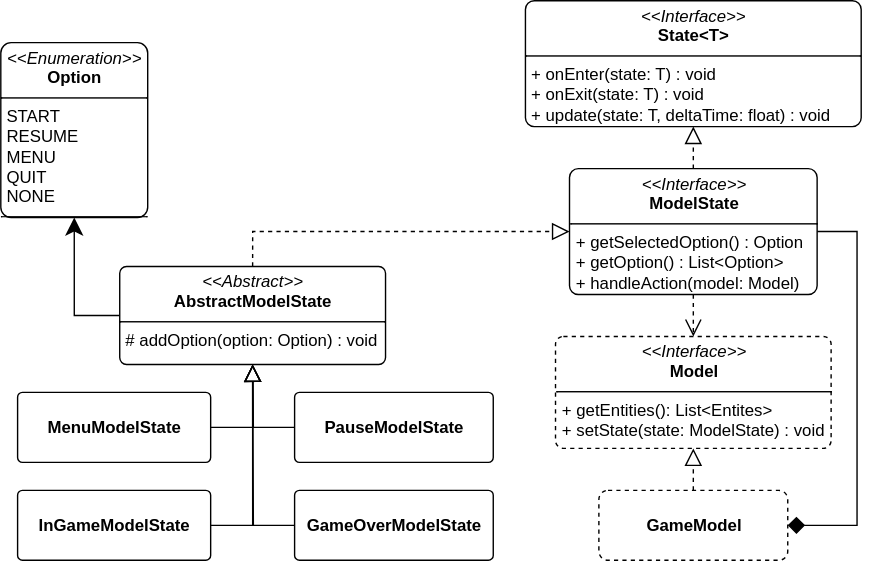
Above: report/svg/ModelState.svg in unibo-oop-projects/OOP24-AlessandroRebosio-FilippoRicciotti-Grace-GraziaBochdanovits-RenovateBot-coffeBreak (draw.io), before the change. Source tidied: cells renumbered, new cells last; positions are measured from the earlier drawing's top-left corner, leaving out a move shared by most shapes.
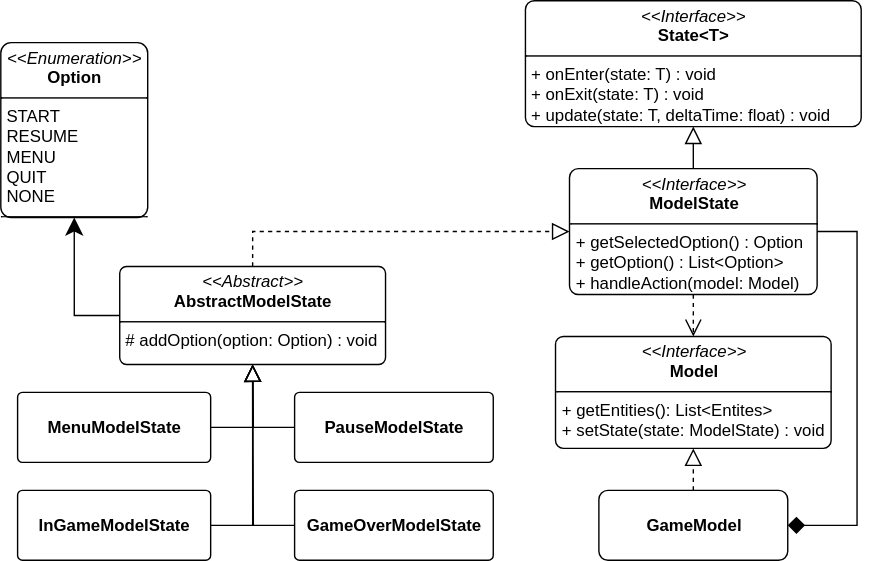
Later version of the same file.

What changed in the source:
```diff
@@ -5,7 +5,7 @@
     <mxCell id="2" value="&lt;p style=&quot;margin:0px;margin-top:4px;text-align:center;&quot;&gt;&lt;i&gt;&amp;lt;&amp;lt;Interface&amp;gt;&amp;gt;&lt;/i&gt;&lt;br&gt;&lt;b&gt;State&amp;lt;T&amp;gt;&lt;/b&gt;&lt;/p&gt;&lt;hr size=&quot;1&quot; style=&quot;border-style:solid;&quot;&gt;&lt;p style=&quot;margin:0px;margin-left:4px;&quot;&gt;+ onEnter(state: T) : void&lt;/p&gt;&lt;p style=&quot;margin:0px;margin-left:4px;&quot;&gt;+ onExit(state: T) : void&lt;/p&gt;&lt;p style=&quot;margin:0px;margin-left:4px;&quot;&gt;+ update(state: T, deltaTime: float) : void&lt;/p&gt;" style="verticalAlign=top;align=left;overflow=fill;html=1;whiteSpace=wrap;rounded=1;arcSize=7;" parent="1" vertex="1">
       <mxGeometry x="375" width="240" height="90" as="geometry" />
     </mxCell>
-    <mxCell id="3" style="edgeStyle=orthogonalEdgeStyle;rounded=0;jettySize=auto;html=1;exitX=0.5;exitY=0;exitDx=0;exitDy=0;entryX=0.5;entryY=1;entryDx=0;entryDy=0;endArrow=block;endFill=0;endSize=10;dashed=1;" parent="1" edge="1" source="6" target="2">
+    <mxCell id="3" style="edgeStyle=orthogonalEdgeStyle;rounded=0;jettySize=auto;html=1;exitX=0.5;exitY=0;exitDx=0;exitDy=0;entryX=0.5;entryY=1;entryDx=0;entryDy=0;endArrow=block;endFill=0;endSize=10;" parent="1" edge="1" source="6" target="2">
       <mxGeometry relative="1" as="geometry" />
     </mxCell>
     <mxCell id="4" style="edgeStyle=orthogonalEdgeStyle;rounded=0;jettySize=auto;html=1;exitX=0.5;exitY=1;exitDx=0;exitDy=0;endSize=10;endArrow=open;endFill=0;dashed=1;" parent="1" edge="1" source="6">
@@ -24,13 +24,13 @@
     <mxCell id="6" value="&lt;p style=&quot;margin:0px;margin-top:4px;text-align:center;&quot;&gt;&lt;i&gt;&amp;lt;&amp;lt;Interface&amp;gt;&amp;gt;&lt;/i&gt;&lt;br&gt;&lt;b&gt;ModelState&lt;/b&gt;&lt;/p&gt;&lt;hr size=&quot;1&quot; style=&quot;border-style:solid;&quot;&gt;&lt;p style=&quot;margin:0px;margin-left:4px;&quot;&gt;+ getSelectedOption() : Option&lt;/p&gt;&lt;p style=&quot;margin:0px;margin-left:4px;&quot;&gt;+ getOption() : List&amp;lt;Option&amp;gt;&lt;/p&gt;&lt;p style=&quot;margin:0px;margin-left:4px;&quot;&gt;+ handleAction(model: Model)&lt;/p&gt;" style="verticalAlign=top;align=left;overflow=fill;html=1;whiteSpace=wrap;rounded=1;arcSize=7;" parent="1" vertex="1">
       <mxGeometry x="406.5" y="120" width="177" height="90" as="geometry" />
     </mxCell>
-    <mxCell id="7" value="&lt;p style=&quot;margin:0px;margin-top:4px;text-align:center;&quot;&gt;&lt;i&gt;&amp;lt;&amp;lt;Interface&amp;gt;&amp;gt;&lt;/i&gt;&lt;br&gt;&lt;b&gt;Model&lt;/b&gt;&lt;/p&gt;&lt;hr size=&quot;1&quot; style=&quot;border-style:solid;&quot;&gt;&lt;p style=&quot;margin:0px;margin-left:4px;&quot;&gt;+ getEntities(): List&amp;lt;Entites&amp;gt;&lt;br&gt;&lt;/p&gt;&lt;p style=&quot;margin:0px;margin-left:4px;&quot;&gt;+ setState(state: ModelState) : void&lt;/p&gt;" style="verticalAlign=top;align=left;overflow=fill;html=1;whiteSpace=wrap;rounded=1;arcSize=7;dashed=1;" parent="1" vertex="1">
+    <mxCell id="7" value="&lt;p style=&quot;margin:0px;margin-top:4px;text-align:center;&quot;&gt;&lt;i&gt;&amp;lt;&amp;lt;Interface&amp;gt;&amp;gt;&lt;/i&gt;&lt;br&gt;&lt;b&gt;Model&lt;/b&gt;&lt;/p&gt;&lt;hr size=&quot;1&quot; style=&quot;border-style:solid;&quot;&gt;&lt;p style=&quot;margin:0px;margin-left:4px;&quot;&gt;+ getEntities(): List&amp;lt;Entites&amp;gt;&lt;br&gt;&lt;/p&gt;&lt;p style=&quot;margin:0px;margin-left:4px;&quot;&gt;+ setState(state: ModelState) : void&lt;/p&gt;" style="verticalAlign=top;align=left;overflow=fill;html=1;whiteSpace=wrap;rounded=1;arcSize=7;" parent="1" vertex="1">
       <mxGeometry x="396.5" y="240" width="197" height="80" as="geometry" />
     </mxCell>
     <mxCell id="8" style="edgeStyle=orthogonalEdgeStyle;rounded=0;jettySize=auto;html=1;exitX=0.5;exitY=0;exitDx=0;exitDy=0;entryX=0.5;entryY=1;entryDx=0;entryDy=0;endArrow=block;endFill=0;endSize=10;dashed=1;" parent="1" edge="1" source="9" target="7">
       <mxGeometry relative="1" as="geometry" />
     </mxCell>
-    <mxCell id="9" value="&lt;p style=&quot;margin:0px;margin-top:4px;text-align:center;&quot;&gt;&lt;br&gt;&lt;b&gt;GameModel&lt;/b&gt;&lt;/p&gt;&lt;p style=&quot;margin:0px;margin-top:4px;text-align:center;&quot;&gt;&lt;b&gt;&lt;br&gt;&lt;/b&gt;&lt;/p&gt;" style="verticalAlign=top;align=left;overflow=fill;html=1;whiteSpace=wrap;rounded=1;arcSize=13;dashed=1;" parent="1" vertex="1">
+    <mxCell id="9" value="&lt;p style=&quot;margin:0px;margin-top:4px;text-align:center;&quot;&gt;&lt;br&gt;&lt;b&gt;GameModel&lt;/b&gt;&lt;/p&gt;&lt;p style=&quot;margin:0px;margin-top:4px;text-align:center;&quot;&gt;&lt;b&gt;&lt;br&gt;&lt;/b&gt;&lt;/p&gt;" style="verticalAlign=top;align=left;overflow=fill;html=1;whiteSpace=wrap;rounded=1;arcSize=13;" parent="1" vertex="1">
       <mxGeometry x="427.5" y="350" width="135" height="50" as="geometry" />
     </mxCell>
     <mxCell id="10" style="edgeStyle=orthogonalEdgeStyle;rounded=0;jettySize=auto;html=1;exitX=0.5;exitY=0;exitDx=0;exitDy=0;entryX=0;entryY=0.5;entryDx=0;entryDy=0;endSize=10;endArrow=block;endFill=0;dashed=1;" parent="1" edge="1" source="12" target="6">
```
